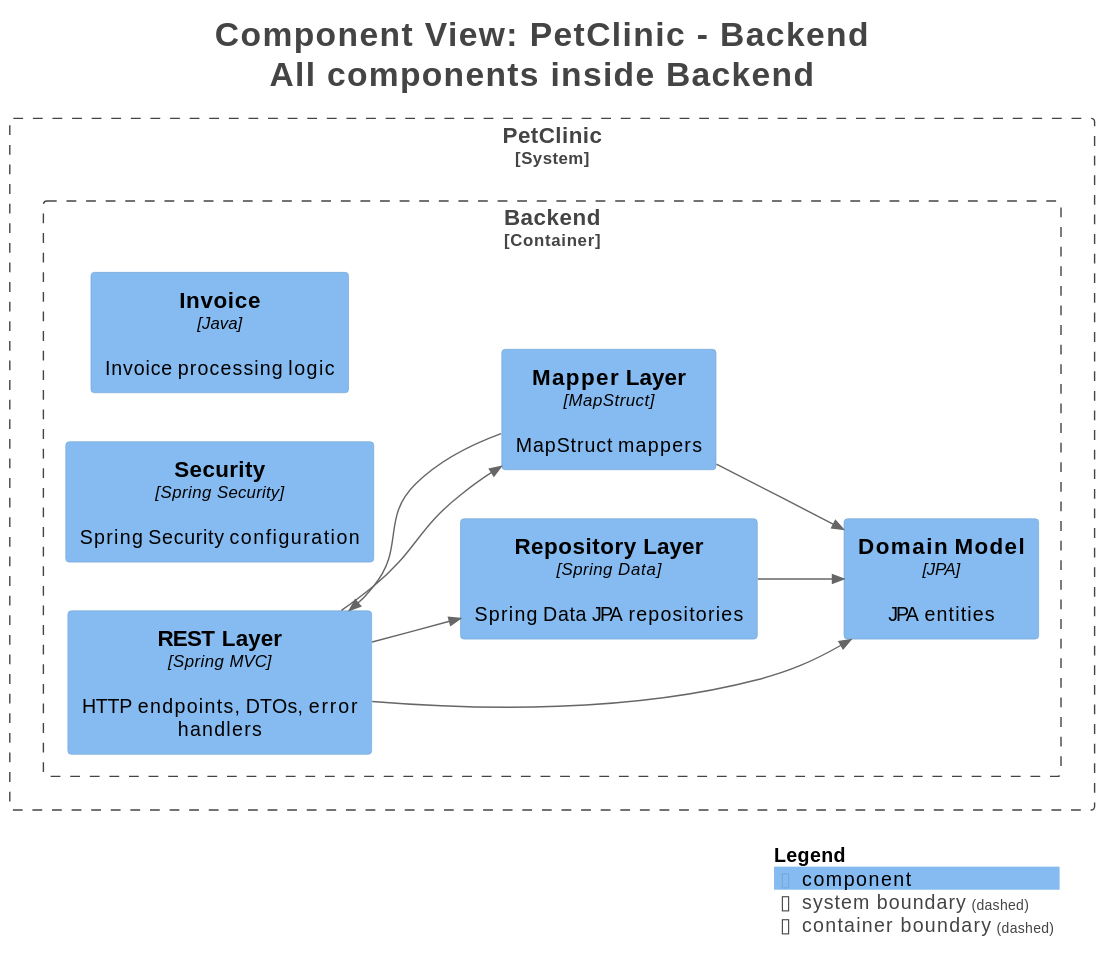
Above: petclinic-backend/docs/generated/c4views/C3-Components-All.svg in victorrentea/petclinic (PlantUML), before the change.
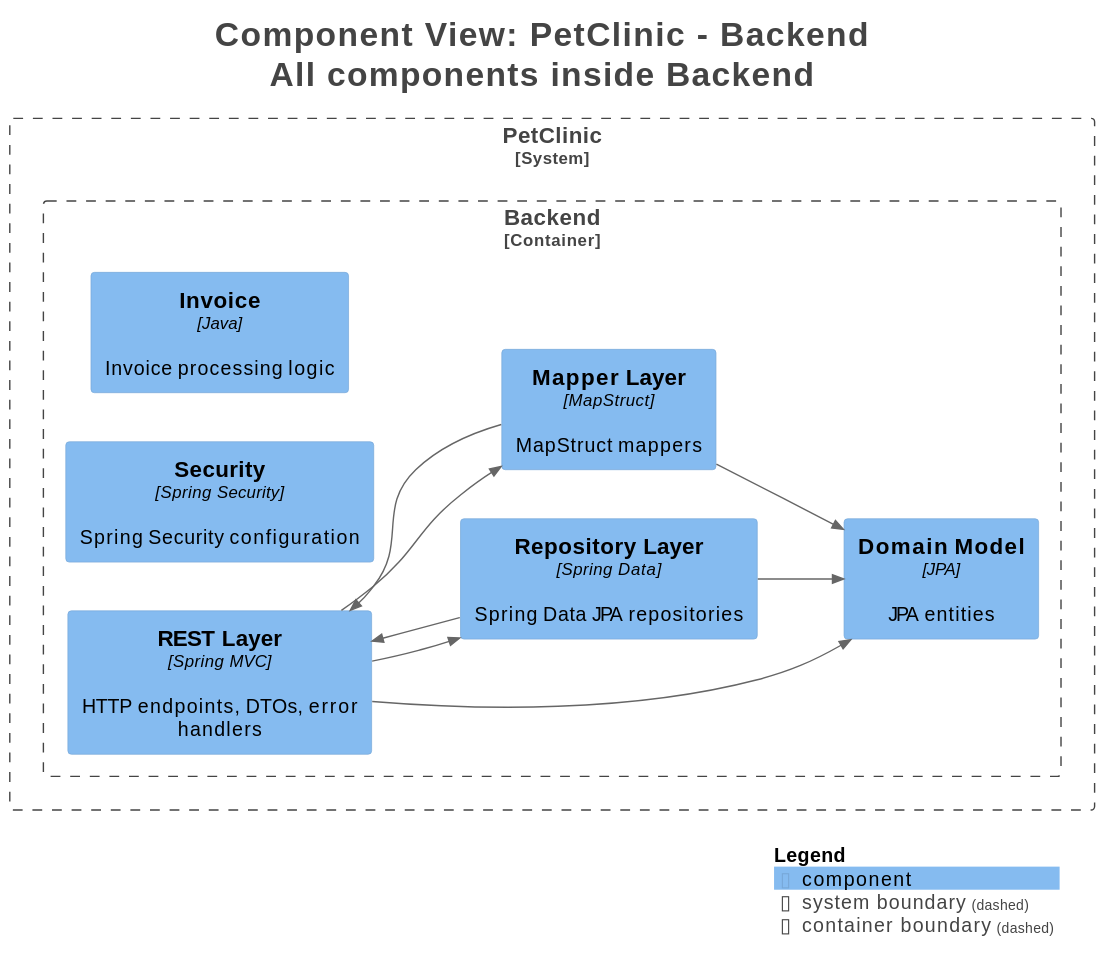
After the change.

Change to the diagram source:
```diff
@@ -28,11 +28,12 @@
 }
 
 Rel(PetClinic.Backend.RepositoryLayer, PetClinic.Backend.DomainModel, "", $techn="", $tags="", $link="")
+Rel(PetClinic.Backend.MapperLayer, PetClinic.Backend.RESTLayer, "", $techn="", $tags="", $link="")
 Rel(PetClinic.Backend.MapperLayer, PetClinic.Backend.DomainModel, "", $techn="", $tags="", $link="")
-Rel(PetClinic.Backend.MapperLayer, PetClinic.Backend.RESTLayer, "", $techn="", $tags="", $link="")
+Rel(PetClinic.Backend.RESTLayer, PetClinic.Backend.MapperLayer, "", $techn="", $tags="", $link="")
 Rel(PetClinic.Backend.RESTLayer, PetClinic.Backend.DomainModel, "", $techn="", $tags="", $link="")
 Rel(PetClinic.Backend.RESTLayer, PetClinic.Backend.RepositoryLayer, "", $techn="", $tags="", $link="")
-Rel(PetClinic.Backend.RESTLayer, PetClinic.Backend.MapperLayer, "", $techn="", $tags="", $link="")
+Rel(PetClinic.Backend.RepositoryLayer, PetClinic.Backend.RESTLayer, "", $techn="", $tags="", $link="")
 
 SHOW_LEGEND(true)
 hide stereotypes
```
